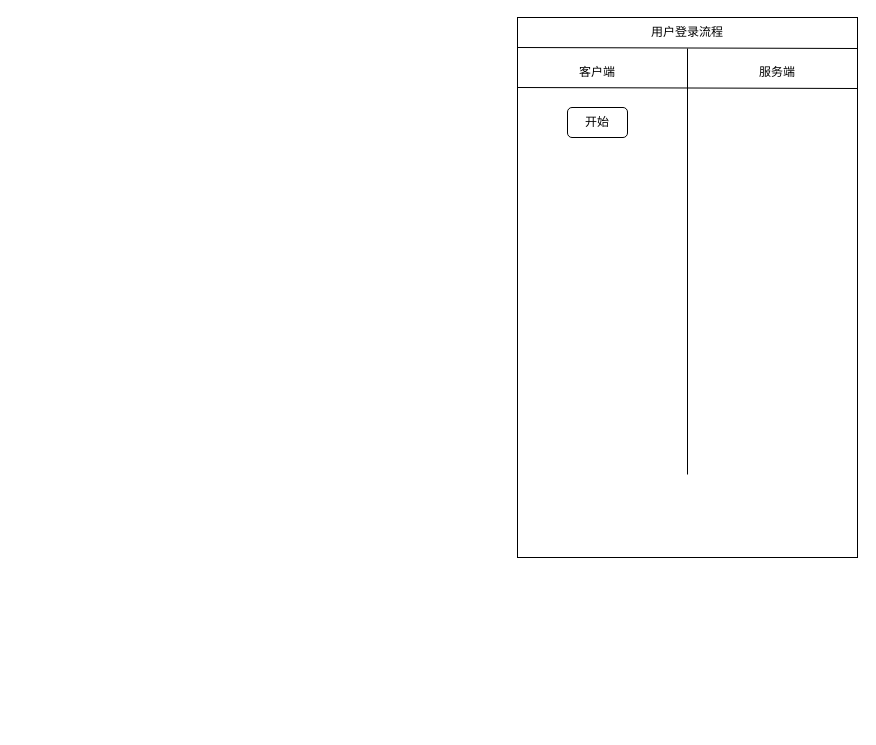
Earlier version of the draw.io diagram 主体管理模块.drawio (yuxinyu12345/diagrams). Source tidied: cells renumbered, new cells numbered last; positions are measured from the earlier drawing's top-left corner, leaving out a move shared by most shapes. Both pictures are drawn from the tidied source at 100%, with x=0, y=0 at pixel (517, 17).
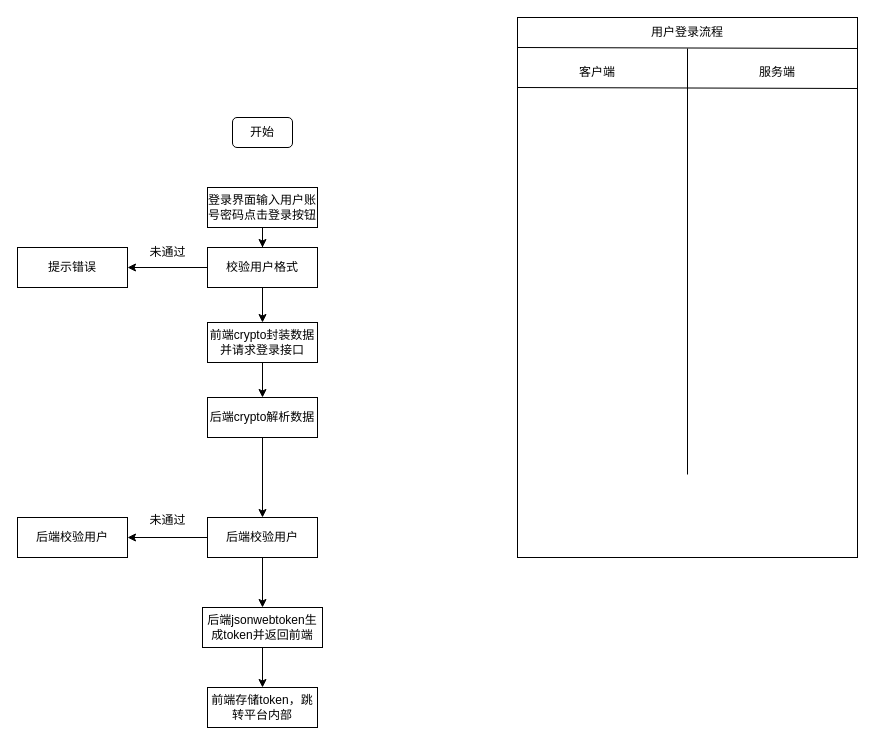
Above is the later version.

Commit message (it also covers changes not shown here):
更新主体管理模块.drawio

The edit, as a diff of the source:
```diff
@@
     <mxCell id="8" value="开始" style="rounded=1;whiteSpace=wrap;html=1;" parent="1" vertex="1">
-      <mxGeometry x="50" y="90" width="60" height="30" as="geometry" />
+      <mxGeometry x="-285" y="100" width="60" height="30" as="geometry" />
     </mxCell>
@@
+    <mxCell id="10" style="edgeStyle=orthogonalEdgeStyle;rounded=0;jettySize=auto;html=1;" parent="1" edge="1" source="11" target="14">
+      <mxGeometry relative="1" as="geometry" />
+    </mxCell>
+    <mxCell id="11" value="登录界面输入用户账号密码点击登录按钮" style="rounded=0;whiteSpace=wrap;html=1;" parent="1" vertex="1">
+      <mxGeometry x="-310" y="170" width="110" height="40" as="geometry" />
+    </mxCell>
+    <mxCell id="12" style="edgeStyle=orthogonalEdgeStyle;rounded=0;jettySize=auto;html=1;" parent="1" edge="1" source="14" target="15">
+      <mxGeometry relative="1" as="geometry" />
+    </mxCell>
+    <mxCell id="13" style="edgeStyle=orthogonalEdgeStyle;rounded=0;jettySize=auto;html=1;" parent="1" edge="1" source="14" target="18">
+      <mxGeometry relative="1" as="geometry" />
+    </mxCell>
+    <mxCell id="14" value="校验用户格式" style="rounded=0;whiteSpace=wrap;html=1;" parent="1" vertex="1">
+      <mxGeometry x="-310" y="230" width="110" height="40" as="geometry" />
+    </mxCell>
+    <mxCell id="15" value="提示错误" style="rounded=0;whiteSpace=wrap;html=1;" parent="1" vertex="1">
+      <mxGeometry x="-500" y="230" width="110" height="40" as="geometry" />
+    </mxCell>
+    <mxCell id="16" value="未通过" style="text;html=1;align=center;verticalAlign=middle;strokeColor=none;fillColor=none;" parent="1" vertex="1">
+      <mxGeometry x="-380" y="220" width="60" height="30" as="geometry" />
+    </mxCell>
+    <mxCell id="17" style="edgeStyle=orthogonalEdgeStyle;rounded=0;jettySize=auto;html=1;" parent="1" edge="1" source="18" target="20">
+      <mxGeometry relative="1" as="geometry" />
+    </mxCell>
+    <mxCell id="18" value="前端crypto封装数据并请求登录接口" style="rounded=0;whiteSpace=wrap;html=1;" parent="1" vertex="1">
+      <mxGeometry x="-310" y="305" width="110" height="40" as="geometry" />
+    </mxCell>
+    <mxCell id="19" style="edgeStyle=orthogonalEdgeStyle;rounded=0;jettySize=auto;html=1;" parent="1" edge="1" source="20" target="23">
+      <mxGeometry relative="1" as="geometry" />
+    </mxCell>
+    <mxCell id="20" value="后端crypto解析数据" style="rounded=0;whiteSpace=wrap;html=1;" parent="1" vertex="1">
+      <mxGeometry x="-310" y="380" width="110" height="40" as="geometry" />
+    </mxCell>
+    <mxCell id="21" style="edgeStyle=orthogonalEdgeStyle;rounded=0;jettySize=auto;html=1;" parent="1" edge="1" source="23" target="24">
+      <mxGeometry relative="1" as="geometry" />
+    </mxCell>
+    <mxCell id="22" style="edgeStyle=orthogonalEdgeStyle;rounded=0;jettySize=auto;html=1;" parent="1" edge="1" source="23" target="27">
+      <mxGeometry relative="1" as="geometry" />
+    </mxCell>
+    <mxCell id="23" value="后端校验用户" style="rounded=0;whiteSpace=wrap;html=1;" parent="1" vertex="1">
+      <mxGeometry x="-310" y="500" width="110" height="40" as="geometry" />
+    </mxCell>
+    <mxCell id="24" value="后端校验用户" style="rounded=0;whiteSpace=wrap;html=1;" parent="1" vertex="1">
+      <mxGeometry x="-500" y="500" width="110" height="40" as="geometry" />
+    </mxCell>
+    <mxCell id="25" value="未通过" style="text;html=1;align=center;verticalAlign=middle;strokeColor=none;fillColor=none;" parent="1" vertex="1">
+      <mxGeometry x="-380" y="488" width="60" height="30" as="geometry" />
+    </mxCell>
+    <mxCell id="26" style="edgeStyle=orthogonalEdgeStyle;rounded=0;jettySize=auto;html=1;" parent="1" edge="1" source="27" target="28">
+      <mxGeometry relative="1" as="geometry" />
+    </mxCell>
+    <mxCell id="27" value="后端jsonwebtoken生成token并返回前端" style="rounded=0;whiteSpace=wrap;html=1;" parent="1" vertex="1">
+      <mxGeometry x="-315" y="590" width="120" height="40" as="geometry" />
+    </mxCell>
+    <mxCell id="28" value="前端存储token，跳转平台内部" style="rounded=0;whiteSpace=wrap;html=1;" parent="1" vertex="1">
+      <mxGeometry x="-310" y="670" width="110" height="40" as="geometry" />
+    </mxCell>
```
